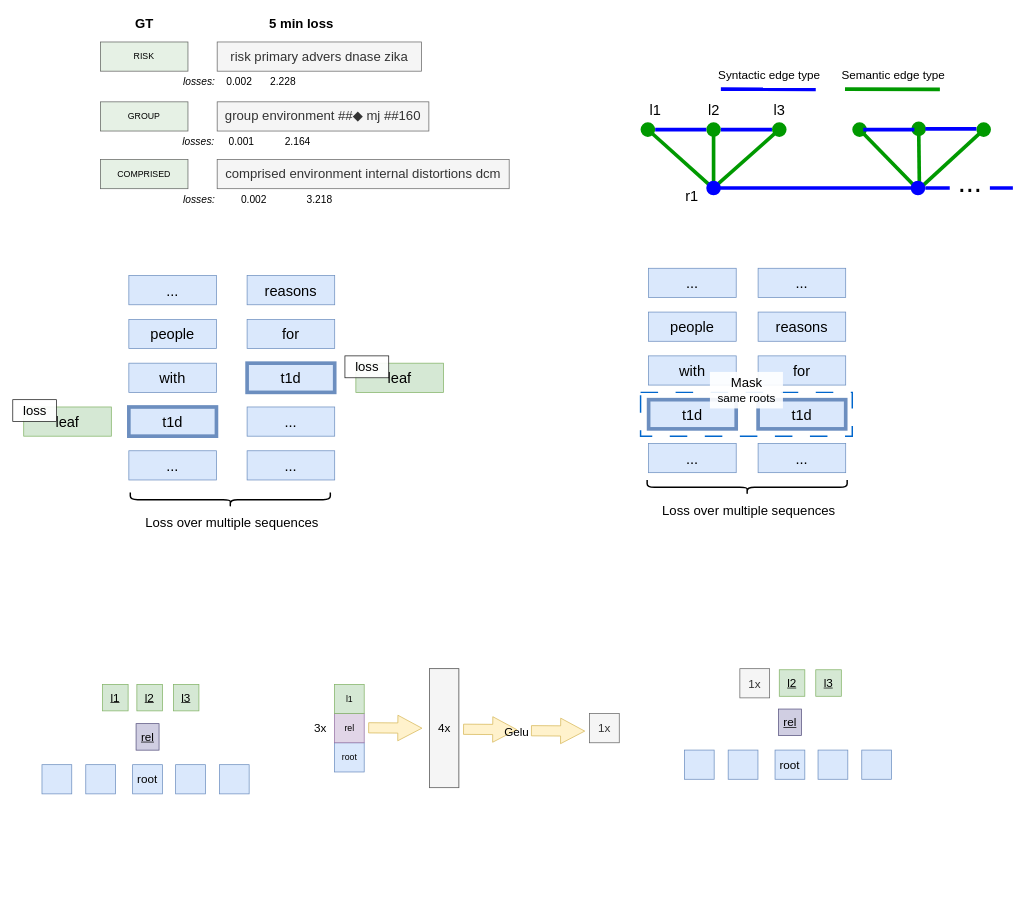
Above: page "Page-2" (2 of 2) of presentations/Untitled Diagram.drawio in across-stars/draw.io (draw.io), before the change. Source tidied: cells renumbered, new cells numbered last; positions are measured from the earlier drawing's top-left corner, leaving out a move shared by most shapes. Both pictures are drawn from the tidied source at 73%, with x=0, y=0 at pixel (12, 12).
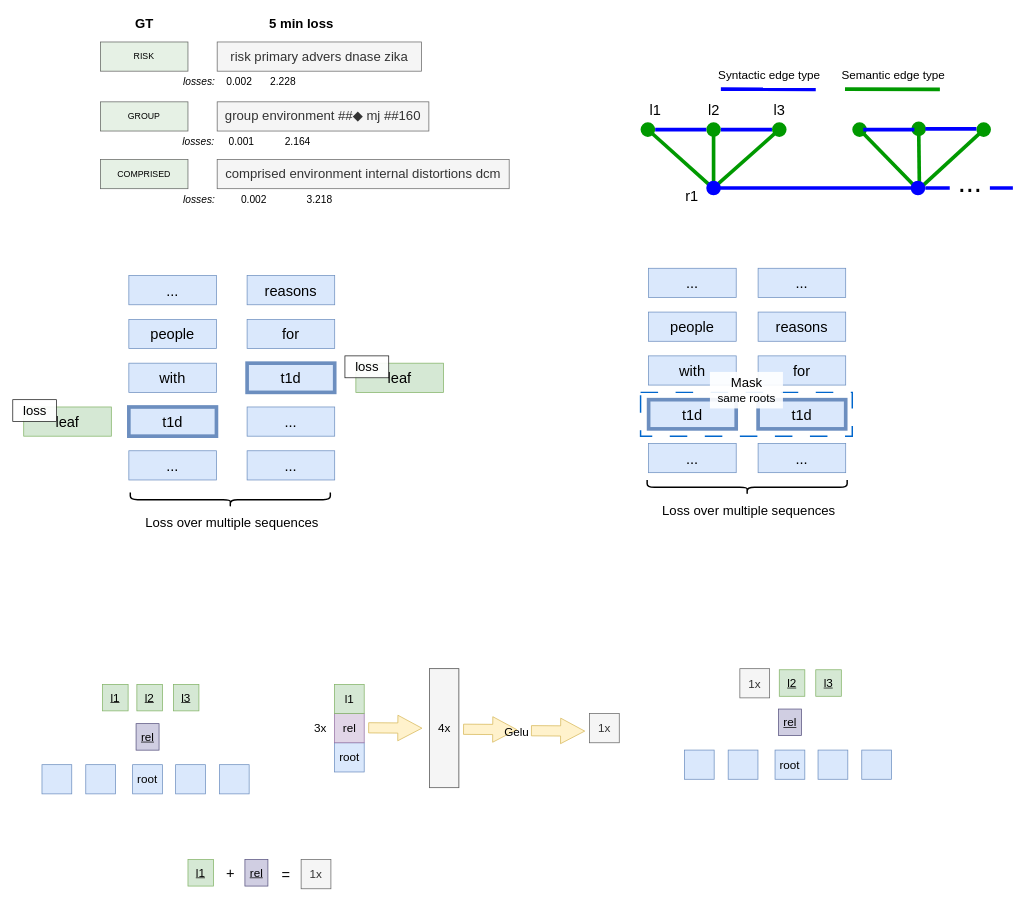
After the change.

Change to the diagram source:
```diff
@@
-    <mxCell id="79" value="root" style="rounded=0;whiteSpace=wrap;html=1;fillColor=#dae8fc;strokeColor=#6c8ebf;" parent="1" vertex="1">
+    <mxCell id="79" value="&lt;font style=&quot;font-size: 16px;&quot;&gt;root&lt;/font&gt;" style="rounded=0;whiteSpace=wrap;html=1;fillColor=#dae8fc;strokeColor=#6c8ebf;" parent="1" vertex="1">
       <mxGeometry x="440.6" y="1000" width="40.8" height="40" as="geometry" />
     </mxCell>
-    <mxCell id="80" value="rel" style="rounded=0;whiteSpace=wrap;html=1;fillColor=#e1d5e7;strokeColor=#9673a6;" parent="1" vertex="1">
+    <mxCell id="80" value="&lt;font style=&quot;font-size: 16px;&quot;&gt;rel&lt;/font&gt;" style="rounded=0;whiteSpace=wrap;html=1;fillColor=#e1d5e7;strokeColor=#9673a6;" parent="1" vertex="1">
       <mxGeometry x="440.6" y="960" width="40.8" height="40" as="geometry" />
     </mxCell>
-    <mxCell id="81" value="l1" style="rounded=0;whiteSpace=wrap;html=1;fillColor=#d5e8d4;strokeColor=#82b366;" parent="1" vertex="1">
+    <mxCell id="81" value="&lt;font style=&quot;font-size: 16px;&quot;&gt;l1&lt;/font&gt;" style="rounded=0;whiteSpace=wrap;html=1;fillColor=#d5e8d4;strokeColor=#82b366;" parent="1" vertex="1">
       <mxGeometry x="440.6" y="920" width="40.8" height="40" as="geometry" />
     </mxCell>
@@
+    <mxCell id="100" value="&lt;font style=&quot;font-size: 16px;&quot;&gt;rel&lt;/font&gt;" style="rounded=0;whiteSpace=wrap;html=1;rotation=0;fillColor=#d0cee2;strokeColor=#56517e;fontStyle=4;" parent="1" vertex="1">
+      <mxGeometry x="318" y="1160" width="31.5" height="36.3" as="geometry" />
+    </mxCell>
+    <mxCell id="101" value="&lt;font style=&quot;font-size: 16px;&quot;&gt;l1&lt;/font&gt;" style="rounded=0;whiteSpace=wrap;html=1;rotation=0;fillColor=#d5e8d4;strokeColor=#82b366;fontStyle=4;" parent="1" vertex="1">
+      <mxGeometry x="240" y="1160" width="35" height="36.3" as="geometry" />
+    </mxCell>
+    <mxCell id="102" value="&lt;font style=&quot;font-size: 20px;&quot;&gt;+&lt;/font&gt;" style="text;html=1;align=center;verticalAlign=middle;strokeColor=none;fillColor=none;" parent="1" vertex="1">
+      <mxGeometry x="278" y="1158" width="40" height="40" as="geometry" />
+    </mxCell>
+    <mxCell id="103" value="&lt;font style=&quot;font-size: 16px;&quot;&gt;1x&lt;/font&gt;" style="rounded=0;whiteSpace=wrap;html=1;fillColor=#f5f5f5;strokeColor=#666666;fontColor=#333333;" parent="1" vertex="1">
+      <mxGeometry x="395" y="1160" width="40.8" height="40" as="geometry" />
+    </mxCell>
+    <mxCell id="104" value="&lt;font style=&quot;font-size: 20px;&quot;&gt;=&lt;/font&gt;" style="text;html=1;align=center;verticalAlign=middle;strokeColor=none;fillColor=none;" parent="1" vertex="1">
+      <mxGeometry x="354" y="1160" width="40" height="40" as="geometry" />
+    </mxCell>
```
